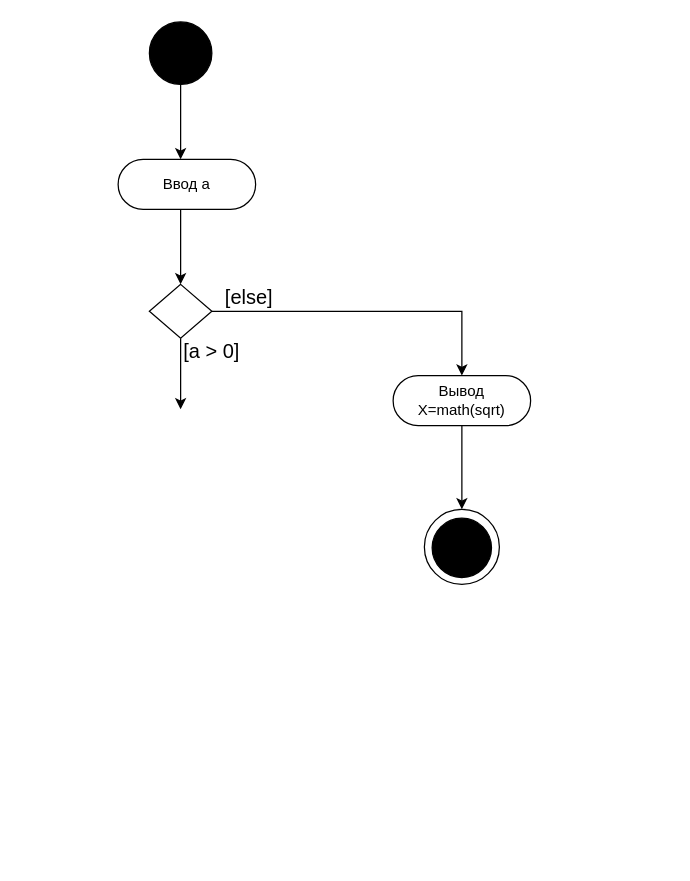
ilya0693/Lab3 keeps this draw.io diagram as Untitled Diagram.drawio. Above is the earlier version. Source tidied: cells renumbered, new cells numbered last; positions are measured from the earlier drawing's top-left corner, leaving out a move shared by most shapes. Both pictures are drawn from the tidied source at 125%, with x=0, y=0 at pixel (118, 21).
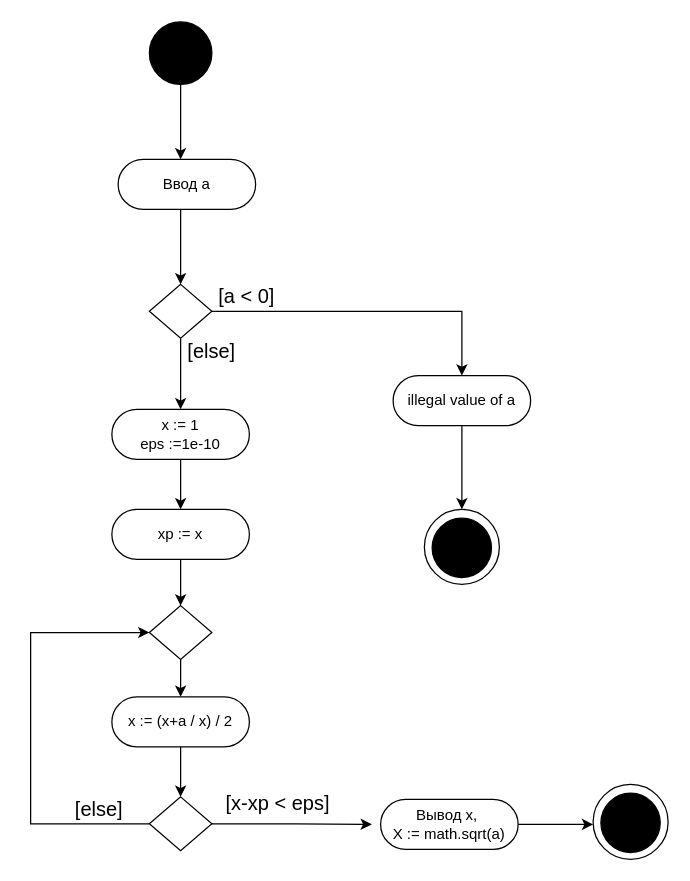
Above is the later version.

The edit, as a diff of the source:
```diff
@@
-    <mxCell id="10" value="Вывод X=math(sqrt)" style="rounded=1;whiteSpace=wrap;html=1;gradientColor=none;fillColor=#FFFFFF;arcSize=50;" parent="1" vertex="1">
+    <mxCell id="10" value="illegal value of a" style="rounded=1;whiteSpace=wrap;html=1;gradientColor=none;fillColor=#FFFFFF;arcSize=50;" parent="1" vertex="1">
       <mxGeometry x="220" y="283" width="110" height="40" as="geometry" />
     </mxCell>
-    <mxCell id="11" value="[a &amp;gt; 0]" style="text;html=1;strokeColor=none;fillColor=none;align=center;verticalAlign=middle;whiteSpace=wrap;rounded=0;perimeterSpacing=0;fontSize=16;" parent="1" vertex="1">
-      <mxGeometry x="50" y="253" width="50" height="20" as="geometry" />
+    <mxCell id="11" value="[a &amp;lt; 0]" style="text;html=1;strokeColor=none;fillColor=none;align=center;verticalAlign=middle;whiteSpace=wrap;rounded=0;perimeterSpacing=0;fontSize=16;" parent="1" vertex="1">
+      <mxGeometry x="78" y="209" width="50" height="20" as="geometry" />
     </mxCell>
     <mxCell id="12" value="[else]" style="text;html=1;strokeColor=none;fillColor=none;align=center;verticalAlign=middle;whiteSpace=wrap;rounded=0;perimeterSpacing=0;fontSize=16;" parent="1" vertex="1">
-      <mxGeometry x="80" y="210" width="50" height="20" as="geometry" />
+      <mxGeometry x="50" y="253" width="50" height="20" as="geometry" />
     </mxCell>
@@
+    <mxCell id="16" style="edgeStyle=orthogonalEdgeStyle;rounded=0;jettySize=auto;html=1;" parent="1" edge="1" source="17" target="19">
+      <mxGeometry relative="1" as="geometry" />
+    </mxCell>
+    <mxCell id="17" value="x := 1&lt;br&gt;eps :=1e-10" style="rounded=1;whiteSpace=wrap;html=1;gradientColor=none;fillColor=#FFFFFF;arcSize=50;" parent="1" vertex="1">
+      <mxGeometry x="-5" y="310" width="110" height="40" as="geometry" />
+    </mxCell>
+    <mxCell id="18" style="edgeStyle=orthogonalEdgeStyle;rounded=0;jettySize=auto;html=1;exitX=0.5;exitY=1;exitDx=0;exitDy=0;entryX=0.5;entryY=0;entryDx=0;entryDy=0;" parent="1" edge="1" source="19" target="23">
+      <mxGeometry relative="1" as="geometry" />
+    </mxCell>
+    <mxCell id="19" value="xp := x" style="rounded=1;whiteSpace=wrap;html=1;gradientColor=none;fillColor=#FFFFFF;arcSize=50;" parent="1" vertex="1">
+      <mxGeometry x="-5" y="390" width="110" height="40" as="geometry" />
+    </mxCell>
+    <mxCell id="20" style="edgeStyle=orthogonalEdgeStyle;rounded=0;jettySize=auto;html=1;exitX=0.5;exitY=1;exitDx=0;exitDy=0;entryX=0.5;entryY=0;entryDx=0;entryDy=0;" parent="1" edge="1" source="21" target="26">
+      <mxGeometry relative="1" as="geometry" />
+    </mxCell>
+    <mxCell id="21" value="x := (x+a / x) / 2" style="rounded=1;whiteSpace=wrap;html=1;gradientColor=none;fillColor=#FFFFFF;arcSize=50;" parent="1" vertex="1">
+      <mxGeometry x="-5" y="540" width="110" height="40" as="geometry" />
+    </mxCell>
+    <mxCell id="22" style="edgeStyle=orthogonalEdgeStyle;rounded=0;jettySize=auto;html=1;exitX=0.5;exitY=1;exitDx=0;exitDy=0;entryX=0.5;entryY=0;entryDx=0;entryDy=0;" parent="1" edge="1" source="23" target="21">
+      <mxGeometry relative="1" as="geometry" />
+    </mxCell>
+    <mxCell id="23" style="rhombus;whiteSpace=wrap;html=1;fillColor=#FFFFFF;gradientColor=none;" parent="1" vertex="1">
+      <mxGeometry x="25" y="467" width="50" height="43" as="geometry" />
+    </mxCell>
+    <mxCell id="24" style="edgeStyle=orthogonalEdgeStyle;rounded=0;jettySize=auto;html=1;exitX=1;exitY=0.5;exitDx=0;exitDy=0;entryX=-0.064;entryY=0.5;entryDx=0;entryDy=0;entryPerimeter=0;" parent="1" edge="1" source="26" target="29">
+      <mxGeometry relative="1" as="geometry" />
+    </mxCell>
+    <mxCell id="25" style="edgeStyle=orthogonalEdgeStyle;rounded=0;jettySize=auto;html=1;exitX=0;exitY=0.5;exitDx=0;exitDy=0;entryX=0;entryY=0.5;entryDx=0;entryDy=0;" parent="1" edge="1" source="26" target="23">
+      <mxGeometry relative="1" as="geometry">
+        <Array as="points">
+          <mxPoint x="-70" y="642" />
+          <mxPoint x="-70" y="489" />
+        </Array>
+      </mxGeometry>
+    </mxCell>
+    <mxCell id="26" style="rhombus;whiteSpace=wrap;html=1;fillColor=#FFFFFF;gradientColor=none;" parent="1" vertex="1">
+      <mxGeometry x="25" y="620" width="50" height="43" as="geometry" />
+    </mxCell>
+    <mxCell id="27" value="[x-xp &amp;lt; eps]" style="text;html=1;strokeColor=none;fillColor=none;align=center;verticalAlign=middle;whiteSpace=wrap;rounded=0;perimeterSpacing=0;fontSize=16;" parent="1" vertex="1">
+      <mxGeometry x="78" y="610" width="100" height="30" as="geometry" />
+    </mxCell>
+    <mxCell id="28" style="edgeStyle=orthogonalEdgeStyle;rounded=0;jettySize=auto;html=1;exitX=1;exitY=0.5;exitDx=0;exitDy=0;" parent="1" edge="1" source="29">
+      <mxGeometry relative="1" as="geometry">
+        <mxPoint x="380" y="642" as="targetPoint" />
+      </mxGeometry>
+    </mxCell>
+    <mxCell id="29" value="Вывод x,&amp;nbsp;&lt;br&gt;X := math.sqrt(a)" style="rounded=1;whiteSpace=wrap;html=1;gradientColor=none;fillColor=#FFFFFF;arcSize=50;" parent="1" vertex="1">
+      <mxGeometry x="210" y="622" width="110" height="40" as="geometry" />
+    </mxCell>
+    <mxCell id="30" style="group;" parent="1" vertex="1">
+      <mxGeometry x="380" y="610" width="60" height="60" as="geometry" />
+    </mxCell>
+    <mxCell id="31" style="ellipse;whiteSpace=wrap;html=1;gradientColor=none;fontSize=16;fillColor=#FFFFFF;" parent="30" vertex="1">
+      <mxGeometry width="60" height="60" as="geometry" />
+    </mxCell>
+    <mxCell id="32" style="ellipse;whiteSpace=wrap;html=1;fontSize=16;fillColor=#000000;" parent="30" vertex="1">
+      <mxGeometry x="6.2" y="7" width="47.5" height="47.5" as="geometry" />
+    </mxCell>
+    <mxCell id="33" value="[else]" style="text;html=1;strokeColor=none;fillColor=none;align=center;verticalAlign=middle;whiteSpace=wrap;rounded=0;perimeterSpacing=0;fontSize=16;" parent="1" vertex="1">
+      <mxGeometry x="-40" y="620" width="50" height="20" as="geometry" />
+    </mxCell>
```
